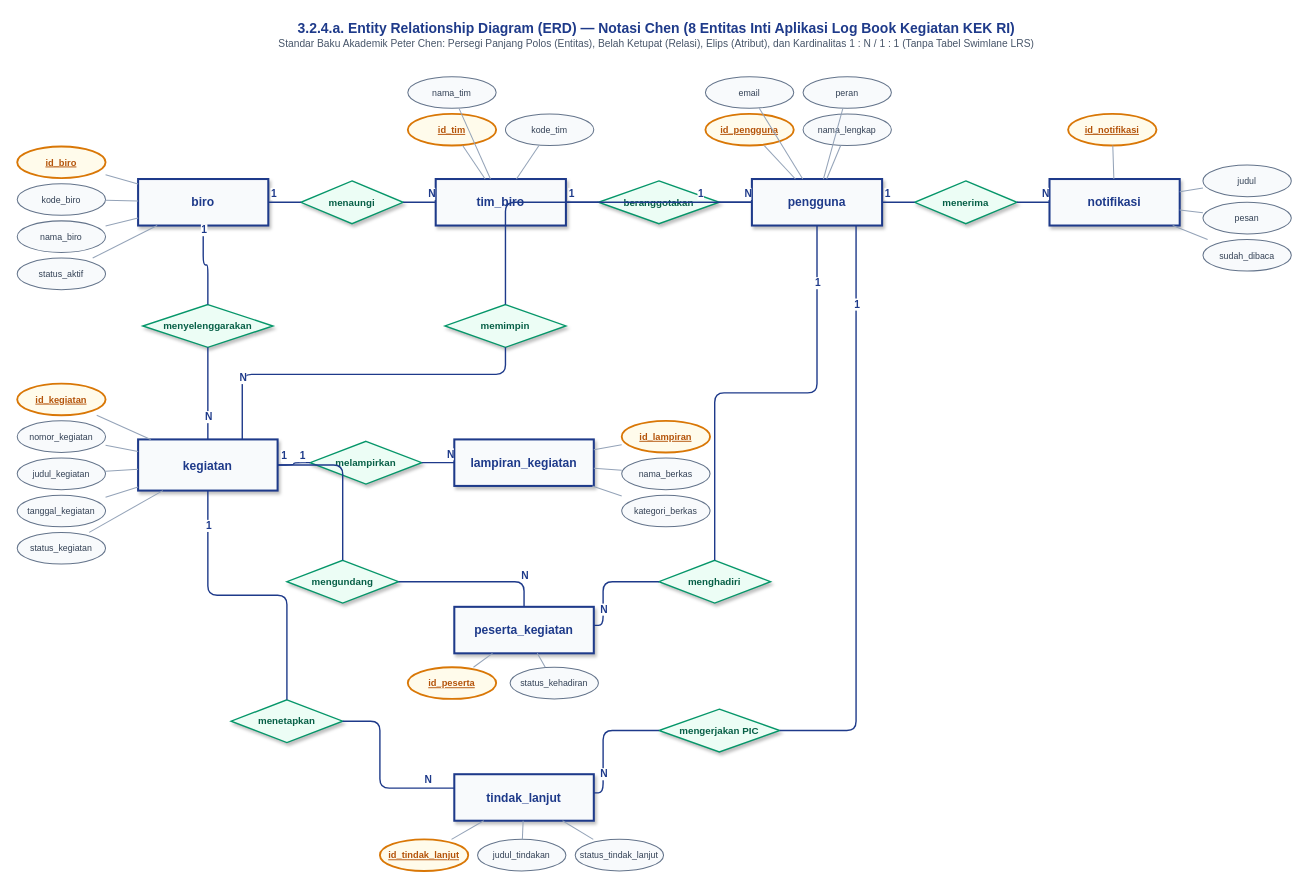
The draw.io diagram page "1. ERD Notasi Chen (8 Entitas Inti - Rekomendasi Sidang)" (1 of 2) of docs/ERD_Log_Book_Kegiatan.drawio in Napppz/Website-Log-Rapat-Kek, before the edit. Source tidied: cells renumbered, new cells numbered last; positions are measured from the earlier drawing's top-left corner, leaving out a move shared by most shapes. Both pictures are drawn from the tidied source at 93%, with x=0, y=0 at pixel (17, 16).
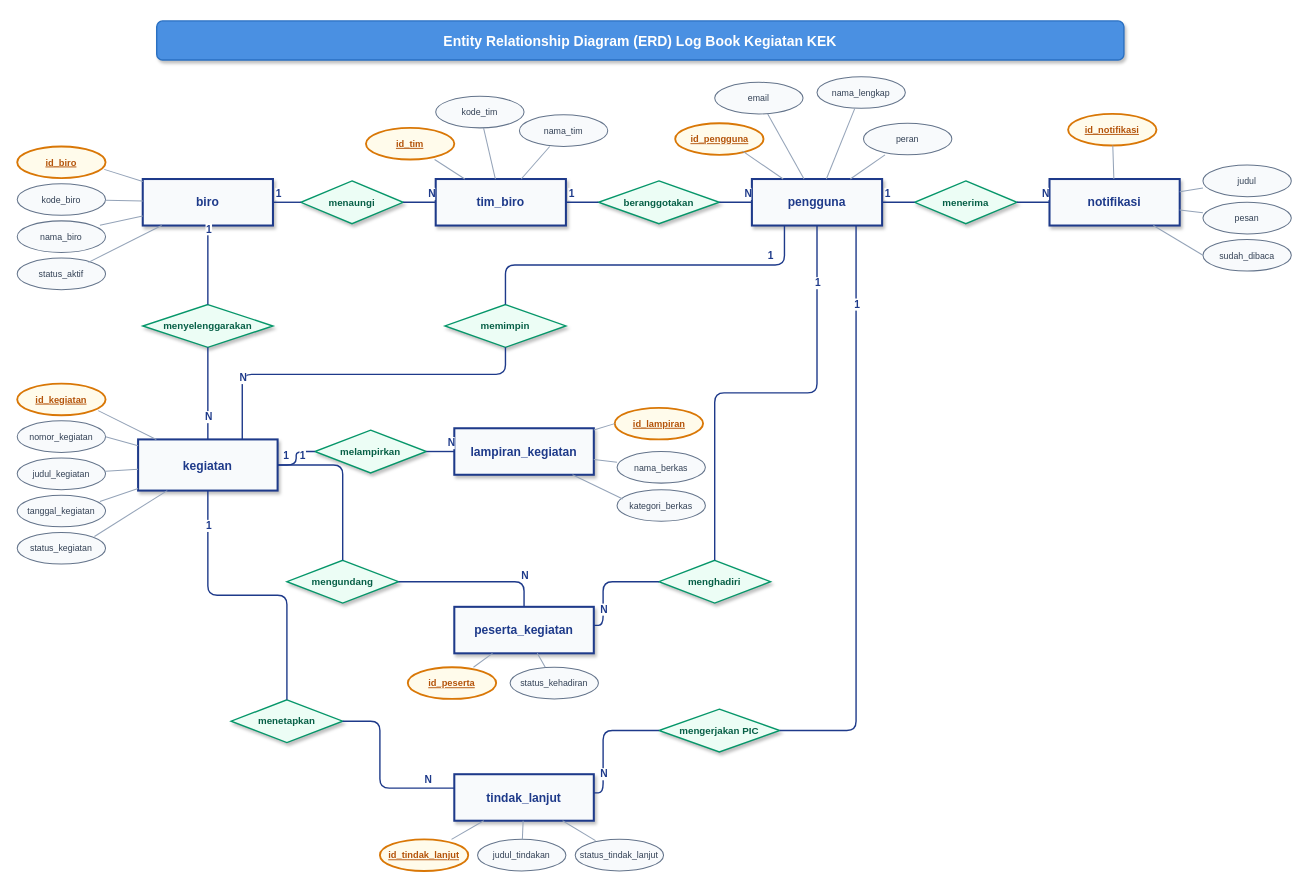
The same diagram, later.

Commit message (it also covers changes not shown here):
docs: sesuaikan narasi teks ERD Gambar III.8 dengan diagram ERD aktual pengguna

Unchanged cells that the change refers to:
```xml
<mxCell id="5" value="pengguna" style="shape=rectangle;rounded=0;whiteSpace=wrap;html=1;fillColor=#F8FAFC;strokeColor=#1E3A8A;strokeWidth=2.2;fontColor=#1E3A8A;fontStyle=1;fontSize=13;align=center;verticalAlign=middle;fontFamily=Helvetica;shadow=1;" parent="1" vertex="1">
  <mxGeometry x="790" y="175" width="140" height="50" as="geometry" />
</mxCell>
<mxCell id="6" value="notifikasi" style="shape=rectangle;rounded=0;whiteSpace=wrap;html=1;fillColor=#F8FAFC;strokeColor=#1E3A8A;strokeWidth=2.2;fontColor=#1E3A8A;fontStyle=1;fontSize=13;align=center;verticalAlign=middle;fontFamily=Helvetica;shadow=1;" parent="1" vertex="1">
  <mxGeometry x="1110" y="175" width="140" height="50" as="geometry" />
</mxCell>
<mxCell id="7" value="kegiatan" style="shape=rectangle;rounded=0;whiteSpace=wrap;html=1;fillColor=#F8FAFC;strokeColor=#1E3A8A;strokeWidth=2.2;fontColor=#1E3A8A;fontStyle=1;fontSize=13;align=center;verticalAlign=middle;fontFamily=Helvetica;shadow=1;" parent="1" vertex="1">
  <mxGeometry x="130" y="455" width="150" height="55" as="geometry" />
</mxCell>
<mxCell id="10" value="tindak_lanjut" style="shape=rectangle;rounded=0;whiteSpace=wrap;html=1;fillColor=#F8FAFC;strokeColor=#1E3A8A;strokeWidth=2.2;fontColor=#1E3A8A;fontStyle=1;fontSize=13;align=center;verticalAlign=middle;fontFamily=Helvetica;shadow=1;" parent="1" vertex="1">
  <mxGeometry x="470" y="815" width="150" height="50" as="geometry" />
</mxCell>
<mxCell id="31" value="memimpin" style="shape=rhombus;perimeter=rhombusPerimeter;whiteSpace=wrap;html=1;align=center;verticalAlign=middle;fillColor=#ECFDF5;strokeColor=#059669;strokeWidth=1.5;fontColor=#065F46;fontStyle=1;fontSize=10.5;fontFamily=Helvetica;shadow=1;" parent="1" vertex="1">
  <mxGeometry x="460" y="310" width="130" height="46" as="geometry" />
</mxCell>
<mxCell id="61" value="&lt;u&gt;&lt;b&gt;id_biro&lt;/b&gt;&lt;/u&gt;" style="shape=ellipse;whiteSpace=wrap;html=1;fillColor=#FFFBEB;strokeColor=#D97706;strokeWidth=2;fontColor=#B45309;fontStyle=1;fontSize=10;align=center;verticalAlign=middle;fontFamily=Helvetica;" parent="1" vertex="1">
  <mxGeometry y="140" width="95" height="34" as="geometry" />
</mxCell>
<mxCell id="65" value="nama_biro" style="shape=ellipse;whiteSpace=wrap;html=1;fillColor=#F8FAFC;strokeColor=#64748B;strokeWidth=1.1;fontColor=#334155;fontSize=9.5;align=center;verticalAlign=middle;fontFamily=Helvetica;" parent="1" vertex="1">
  <mxGeometry y="220" width="95" height="34" as="geometry" />
</mxCell>
<mxCell id="67" value="status_aktif" style="shape=ellipse;whiteSpace=wrap;html=1;fillColor=#F8FAFC;strokeColor=#64748B;strokeWidth=1.1;fontColor=#334155;fontSize=9.5;align=center;verticalAlign=middle;fontFamily=Helvetica;" parent="1" vertex="1">
  <mxGeometry y="260" width="95" height="34" as="geometry" />
</mxCell>
<mxCell id="89" value="sudah_dibaca" style="shape=ellipse;whiteSpace=wrap;html=1;fillColor=#F8FAFC;strokeColor=#64748B;strokeWidth=1.1;fontColor=#334155;fontSize=9.5;align=center;verticalAlign=middle;fontFamily=Helvetica;" parent="1" vertex="1">
  <mxGeometry x="1275" y="240" width="95" height="34" as="geometry" />
</mxCell>
<mxCell id="91" value="&lt;u&gt;&lt;b&gt;id_kegiatan&lt;/b&gt;&lt;/u&gt;" style="shape=ellipse;whiteSpace=wrap;html=1;fillColor=#FFFBEB;strokeColor=#D97706;strokeWidth=2;fontColor=#B45309;fontStyle=1;fontSize=10;align=center;verticalAlign=middle;fontFamily=Helvetica;" parent="1" vertex="1">
  <mxGeometry y="395" width="95" height="34" as="geometry" />
</mxCell>
<mxCell id="93" value="nomor_kegiatan" style="shape=ellipse;whiteSpace=wrap;html=1;fillColor=#F8FAFC;strokeColor=#64748B;strokeWidth=1.1;fontColor=#334155;fontSize=9.5;align=center;verticalAlign=middle;fontFamily=Helvetica;" parent="1" vertex="1">
  <mxGeometry y="435" width="95" height="34" as="geometry" />
</mxCell>
<mxCell id="97" value="tanggal_kegiatan" style="shape=ellipse;whiteSpace=wrap;html=1;fillColor=#F8FAFC;strokeColor=#64748B;strokeWidth=1.1;fontColor=#334155;fontSize=9.5;align=center;verticalAlign=middle;fontFamily=Helvetica;" parent="1" vertex="1">
  <mxGeometry y="515" width="95" height="34" as="geometry" />
</mxCell>
<mxCell id="99" value="status_kegiatan" style="shape=ellipse;whiteSpace=wrap;html=1;fillColor=#F8FAFC;strokeColor=#64748B;strokeWidth=1.1;fontColor=#334155;fontSize=9.5;align=center;verticalAlign=middle;fontFamily=Helvetica;" parent="1" vertex="1">
  <mxGeometry y="555" width="95" height="34" as="geometry" />
</mxCell>
<mxCell id="115" value="status_tindak_lanjut" style="shape=ellipse;whiteSpace=wrap;html=1;fillColor=#F8FAFC;strokeColor=#64748B;strokeWidth=1.1;fontColor=#334155;fontSize=9.5;align=center;verticalAlign=middle;fontFamily=Helvetica;" parent="1" vertex="1">
  <mxGeometry x="600" y="885" width="95" height="34" as="geometry" />
</mxCell>
```

Diff of the diagram source:
```diff
@@
-    <mxCell id="2" value="&lt;b style=&quot;font-size: 15px; color: #1E3A8A;&quot;&gt;3.2.4.a. Entity Relationship Diagram (ERD) — Notasi Chen (8 Entitas Inti Aplikasi Log Book Kegiatan KEK RI)&lt;/b&gt;&#10;&lt;span style=&quot;font-size: 11px; color: #475569;&quot;&gt;Standar Baku Akademik Peter Chen: Persegi Panjang Polos (Entitas), Belah Ketupat (Relasi), Elips (Atribut), dan Kardinalitas 1 : N / 1 : 1 (Tanpa Tabel Swimlane LRS)&lt;/span&gt;" style="text;html=1;strokeColor=none;fillColor=none;align=center;verticalAlign=middle;spacingLeft=4;fontFamily=Helvetica;" parent="1" vertex="1">
-      <mxGeometry width="1370" height="42" as="geometry" />
-    </mxCell>
     <mxCell id="3" value="biro" style="shape=rectangle;rounded=0;whiteSpace=wrap;html=1;fillColor=#F8FAFC;strokeColor=#1E3A8A;strokeWidth=2.2;fontColor=#1E3A8A;fontStyle=1;fontSize=13;align=center;verticalAlign=middle;fontFamily=Helvetica;shadow=1;" parent="1" vertex="1">
-      <mxGeometry x="130" y="175" width="140" height="50" as="geometry" />
+      <mxGeometry x="135" y="175" width="140" height="50" as="geometry" />
     </mxCell>
@@
     <mxCell id="8" value="lampiran_kegiatan" style="shape=rectangle;rounded=0;whiteSpace=wrap;html=1;fillColor=#F8FAFC;strokeColor=#1E3A8A;strokeWidth=2.2;fontColor=#1E3A8A;fontStyle=1;fontSize=13;align=center;verticalAlign=middle;fontFamily=Helvetica;shadow=1;" parent="1" vertex="1">
-      <mxGeometry x="470" y="455" width="150" height="50" as="geometry" />
+      <mxGeometry x="470" y="443" width="150" height="50" as="geometry" />
     </mxCell>
@@
-    <mxCell id="32" style="endArrow=none;html=1;strokeColor=#1E3A8A;strokeWidth=1.5;fontColor=#1E3A8A;fontStyle=1;fontSize=11.5;edgeStyle=orthogonalEdgeStyle;rounded=1;" parent="1" edge="1" source="5" target="31">
+    <mxCell id="32" style="endArrow=none;html=1;strokeColor=#1E3A8A;strokeWidth=1.5;fontColor=#1E3A8A;fontStyle=1;fontSize=11.5;edgeStyle=orthogonalEdgeStyle;rounded=1;exitX=0.25;exitY=1;exitDx=0;exitDy=0;entryX=0.5;entryY=0;entryDx=0;entryDy=0;" parent="1" edge="1" source="5" target="31">
       <mxGeometry relative="1" as="geometry" />
     </mxCell>
@@
     <mxCell id="36" value="melampirkan" style="shape=rhombus;perimeter=rhombusPerimeter;whiteSpace=wrap;html=1;align=center;verticalAlign=middle;fillColor=#ECFDF5;strokeColor=#059669;strokeWidth=1.5;fontColor=#065F46;fontStyle=1;fontSize=10.5;fontFamily=Helvetica;shadow=1;" parent="1" vertex="1">
-      <mxGeometry x="315" y="457" width="120" height="46" as="geometry" />
+      <mxGeometry x="320" y="445" width="120" height="46" as="geometry" />
     </mxCell>
@@
-    <mxCell id="62" style="endArrow=none;html=1;strokeColor=#94A3B8;strokeWidth=1.1;" parent="1" edge="1" source="3" target="61">
+    <mxCell id="62" style="endArrow=none;html=1;strokeColor=#94A3B8;strokeWidth=1.1;entryX=0.985;entryY=0.724;entryDx=0;entryDy=0;entryPerimeter=0;" parent="1" edge="1" source="3" target="61">
       <mxGeometry relative="1" as="geometry" />
     </mxCell>
@@
-    <mxCell id="66" style="endArrow=none;html=1;strokeColor=#94A3B8;strokeWidth=1.1;" parent="1" edge="1" source="3" target="65">
+    <mxCell id="66" style="endArrow=none;html=1;strokeColor=#94A3B8;strokeWidth=1.1;entryX=0.936;entryY=0.136;entryDx=0;entryDy=0;entryPerimeter=0;" parent="1" edge="1" source="3" target="65">
       <mxGeometry relative="1" as="geometry" />
     </mxCell>
@@
-    <mxCell id="68" style="endArrow=none;html=1;strokeColor=#94A3B8;strokeWidth=1.1;" parent="1" edge="1" source="3" target="67">
+    <mxCell id="68" style="endArrow=none;html=1;strokeColor=#94A3B8;strokeWidth=1.1;entryX=0.806;entryY=0.136;entryDx=0;entryDy=0;entryPerimeter=0;" parent="1" edge="1" source="3" target="67">
       <mxGeometry relative="1" as="geometry" />
     </mxCell>
     <mxCell id="69" value="&lt;u&gt;&lt;b&gt;id_tim&lt;/b&gt;&lt;/u&gt;" style="shape=ellipse;whiteSpace=wrap;html=1;fillColor=#FFFBEB;strokeColor=#D97706;strokeWidth=2;fontColor=#B45309;fontStyle=1;fontSize=10;align=center;verticalAlign=middle;fontFamily=Helvetica;" parent="1" vertex="1">
-      <mxGeometry x="420" y="105" width="95" height="34" as="geometry" />
+      <mxGeometry x="375" y="120" width="95" height="34" as="geometry" />
     </mxCell>
@@
     <mxCell id="71" value="kode_tim" style="shape=ellipse;whiteSpace=wrap;html=1;fillColor=#F8FAFC;strokeColor=#64748B;strokeWidth=1.1;fontColor=#334155;fontSize=9.5;align=center;verticalAlign=middle;fontFamily=Helvetica;" parent="1" vertex="1">
-      <mxGeometry x="525" y="105" width="95" height="34" as="geometry" />
+      <mxGeometry x="450" y="86" width="95" height="34" as="geometry" />
     </mxCell>
@@
     <mxCell id="73" value="nama_tim" style="shape=ellipse;whiteSpace=wrap;html=1;fillColor=#F8FAFC;strokeColor=#64748B;strokeWidth=1.1;fontColor=#334155;fontSize=9.5;align=center;verticalAlign=middle;fontFamily=Helvetica;" parent="1" vertex="1">
-      <mxGeometry x="420" y="65" width="95" height="34" as="geometry" />
+      <mxGeometry x="540" y="106" width="95" height="34" as="geometry" />
     </mxCell>
@@
     <mxCell id="75" value="&lt;u&gt;&lt;b&gt;id_pengguna&lt;/b&gt;&lt;/u&gt;" style="shape=ellipse;whiteSpace=wrap;html=1;fillColor=#FFFBEB;strokeColor=#D97706;strokeWidth=2;fontColor=#B45309;fontStyle=1;fontSize=10;align=center;verticalAlign=middle;fontFamily=Helvetica;" parent="1" vertex="1">
-      <mxGeometry x="740" y="105" width="95" height="34" as="geometry" />
+      <mxGeometry x="707.5" y="115" width="95" height="34" as="geometry" />
     </mxCell>
-    <mxCell id="76" style="endArrow=none;html=1;strokeColor=#94A3B8;strokeWidth=1.1;" parent="1" edge="1" source="5" target="75">
+    <mxCell id="76" style="endArrow=none;html=1;strokeColor=#94A3B8;strokeWidth=1.1;entryX=0.763;entryY=0.882;entryDx=0;entryDy=0;entryPerimeter=0;" parent="1" edge="1" source="5" target="75">
       <mxGeometry relative="1" as="geometry" />
     </mxCell>
     <mxCell id="77" value="nama_lengkap" style="shape=ellipse;whiteSpace=wrap;html=1;fillColor=#F8FAFC;strokeColor=#64748B;strokeWidth=1.1;fontColor=#334155;fontSize=9.5;align=center;verticalAlign=middle;fontFamily=Helvetica;" parent="1" vertex="1">
-      <mxGeometry x="845" y="105" width="95" height="34" as="geometry" />
+      <mxGeometry x="860" y="65" width="95" height="34" as="geometry" />
     </mxCell>
@@
     <mxCell id="79" value="email" style="shape=ellipse;whiteSpace=wrap;html=1;fillColor=#F8FAFC;strokeColor=#64748B;strokeWidth=1.1;fontColor=#334155;fontSize=9.5;align=center;verticalAlign=middle;fontFamily=Helvetica;" parent="1" vertex="1">
-      <mxGeometry x="740" y="65" width="95" height="34" as="geometry" />
+      <mxGeometry x="750" y="71" width="95" height="34" as="geometry" />
     </mxCell>
@@
     <mxCell id="81" value="peran" style="shape=ellipse;whiteSpace=wrap;html=1;fillColor=#F8FAFC;strokeColor=#64748B;strokeWidth=1.1;fontColor=#334155;fontSize=9.5;align=center;verticalAlign=middle;fontFamily=Helvetica;" parent="1" vertex="1">
-      <mxGeometry x="845" y="65" width="95" height="34" as="geometry" />
+      <mxGeometry x="910" y="115" width="95" height="34" as="geometry" />
     </mxCell>
@@
-    <mxCell id="90" style="endArrow=none;html=1;strokeColor=#94A3B8;strokeWidth=1.1;" parent="1" edge="1" source="6" target="89">
+    <mxCell id="90" style="endArrow=none;html=1;strokeColor=#94A3B8;strokeWidth=1.1;entryX=0;entryY=0.5;entryDx=0;entryDy=0;" parent="1" edge="1" source="6" target="89">
       <mxGeometry relative="1" as="geometry" />
     </mxCell>
@@
-    <mxCell id="92" style="endArrow=none;html=1;strokeColor=#94A3B8;strokeWidth=1.1;" parent="1" edge="1" source="7" target="91">
+    <mxCell id="92" style="endArrow=none;html=1;strokeColor=#94A3B8;strokeWidth=1.1;entryX=0.917;entryY=0.854;entryDx=0;entryDy=0;entryPerimeter=0;" parent="1" edge="1" source="7" target="91">
       <mxGeometry relative="1" as="geometry" />
     </mxCell>
@@
-    <mxCell id="94" style="endArrow=none;html=1;strokeColor=#94A3B8;strokeWidth=1.1;" parent="1" edge="1" source="7" target="93">
+    <mxCell id="94" style="endArrow=none;html=1;strokeColor=#94A3B8;strokeWidth=1.1;entryX=1;entryY=0.5;entryDx=0;entryDy=0;" parent="1" edge="1" source="7" target="93">
       <mxGeometry relative="1" as="geometry" />
     </mxCell>
@@
-    <mxCell id="98" style="endArrow=none;html=1;strokeColor=#94A3B8;strokeWidth=1.1;" parent="1" edge="1" source="7" target="97">
+    <mxCell id="98" style="endArrow=none;html=1;strokeColor=#94A3B8;strokeWidth=1.1;entryX=0.936;entryY=0.196;entryDx=0;entryDy=0;entryPerimeter=0;" parent="1" edge="1" source="7" target="97">
       <mxGeometry relative="1" as="geometry" />
     </mxCell>
@@
-    <mxCell id="100" style="endArrow=none;html=1;strokeColor=#94A3B8;strokeWidth=1.1;" parent="1" edge="1" source="7" target="99">
+    <mxCell id="100" style="endArrow=none;html=1;strokeColor=#94A3B8;strokeWidth=1.1;entryX=0.874;entryY=0.127;entryDx=0;entryDy=0;entryPerimeter=0;" parent="1" edge="1" source="7" target="99">
       <mxGeometry relative="1" as="geometry" />
     </mxCell>
     <mxCell id="101" value="&lt;u&gt;&lt;b&gt;id_lampiran&lt;/b&gt;&lt;/u&gt;" style="shape=ellipse;whiteSpace=wrap;html=1;fillColor=#FFFBEB;strokeColor=#D97706;strokeWidth=2;fontColor=#B45309;fontStyle=1;fontSize=10;align=center;verticalAlign=middle;fontFamily=Helvetica;" parent="1" vertex="1">
-      <mxGeometry x="650" y="435" width="95" height="34" as="geometry" />
+      <mxGeometry x="642.5" y="421" width="95" height="34" as="geometry" />
     </mxCell>
-    <mxCell id="102" style="endArrow=none;html=1;strokeColor=#94A3B8;strokeWidth=1.1;" parent="1" edge="1" source="8" target="101">
+    <mxCell id="102" style="endArrow=none;html=1;strokeColor=#94A3B8;strokeWidth=1.1;entryX=0;entryY=0.5;entryDx=0;entryDy=0;" parent="1" edge="1" source="8" target="101">
       <mxGeometry relative="1" as="geometry" />
     </mxCell>
     <mxCell id="103" value="nama_berkas" style="shape=ellipse;whiteSpace=wrap;html=1;fillColor=#F8FAFC;strokeColor=#64748B;strokeWidth=1.1;fontColor=#334155;fontSize=9.5;align=center;verticalAlign=middle;fontFamily=Helvetica;" parent="1" vertex="1">
-      <mxGeometry x="650" y="475" width="95" height="34" as="geometry" />
+      <mxGeometry x="645" y="468" width="95" height="34" as="geometry" />
     </mxCell>
@@
     <mxCell id="105" value="kategori_berkas" style="shape=ellipse;whiteSpace=wrap;html=1;fillColor=#F8FAFC;strokeColor=#64748B;strokeWidth=1.1;fontColor=#334155;fontSize=9.5;align=center;verticalAlign=middle;fontFamily=Helvetica;" parent="1" vertex="1">
-      <mxGeometry x="650" y="515" width="95" height="34" as="geometry" />
+      <mxGeometry x="645" y="509" width="95" height="34" as="geometry" />
     </mxCell>
-    <mxCell id="106" style="endArrow=none;html=1;strokeColor=#94A3B8;strokeWidth=1.1;" parent="1" edge="1" source="8" target="105">
+    <mxCell id="106" style="endArrow=none;html=1;strokeColor=#94A3B8;strokeWidth=1.1;entryX=0.065;entryY=0.294;entryDx=0;entryDy=0;entryPerimeter=0;" parent="1" edge="1" source="8" target="105">
       <mxGeometry relative="1" as="geometry" />
     </mxCell>
@@
-    <mxCell id="116" style="endArrow=none;html=1;strokeColor=#94A3B8;strokeWidth=1.1;" parent="1" edge="1" source="10" target="115">
+    <mxCell id="116" style="endArrow=none;html=1;strokeColor=#94A3B8;strokeWidth=1.1;entryX=0.23;entryY=0.041;entryDx=0;entryDy=0;entryPerimeter=0;" parent="1" edge="1" source="10" target="115">
       <mxGeometry relative="1" as="geometry" />
     </mxCell>
+    <mxCell id="117" value="&lt;b style=&quot;font-size: 15px; color: #FFFFFF;&quot;&gt;Entity Relationship Diagram (ERD) Log Book Kegiatan KEK&lt;/b&gt;" style="shape=rectangle;rounded=1;whiteSpace=wrap;html=1;fillColor=#4A90E2;strokeColor=#2A70C2;strokeWidth=1.5;fontColor=#FFFFFF;align=center;verticalAlign=middle;fontFamily=Helvetica;shadow=1;" parent="1" vertex="1">
+      <mxGeometry x="150" y="5" width="1040" height="42" as="geometry" />
+    </mxCell>
```
